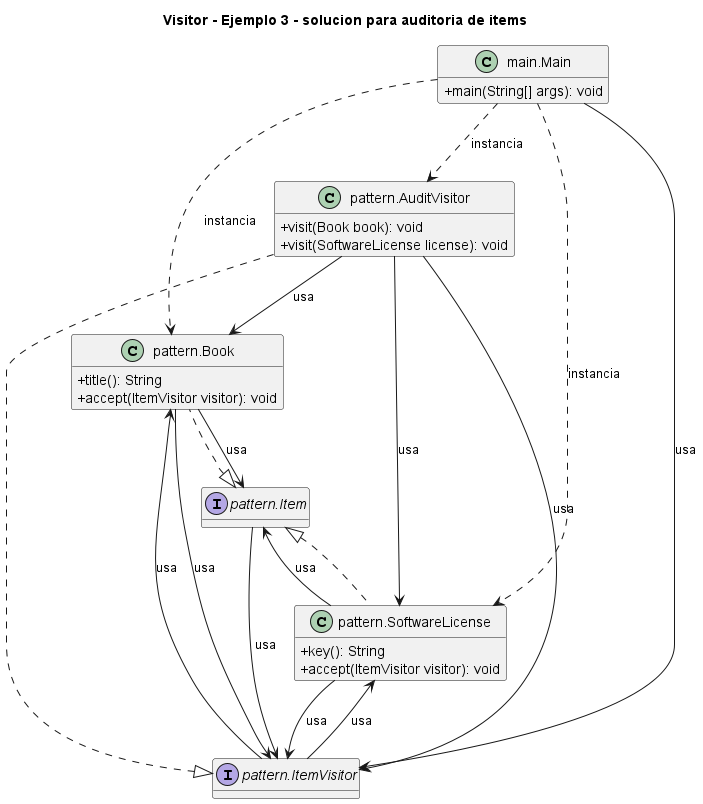
Earlier version of the PlantUML export 3. Comportamentales/Visitor/Ejemplo 3 - solucion para auditoria de items/UML.png (NicoCG32/Patrones-de-Software-y-Programacion-UCN). Source of this version:
```plantuml
@startuml
title Visitor - Ejemplo 3 - solucion para auditoria de items
skinparam classAttributeIconSize 0
hide empty fields
class "main.Main" as main_Main {
  +main(String[] args): void
}
class "pattern.AuditVisitor" as pattern_AuditVisitor {
  +visit(Book book): void
  +visit(SoftwareLicense license): void
}
class "pattern.Book" as pattern_Book {
  +title(): String
  +accept(ItemVisitor visitor): void
}
interface "pattern.Item" as pattern_Item {
}
interface "pattern.ItemVisitor" as pattern_ItemVisitor {
}
class "pattern.SoftwareLicense" as pattern_SoftwareLicense {
  +key(): String
  +accept(ItemVisitor visitor): void
}
pattern_ItemVisitor <|.. pattern_AuditVisitor
pattern_Item <|.. pattern_Book
pattern_Item <|.. pattern_SoftwareLicense
main_Main ..> pattern_AuditVisitor : instancia
main_Main ..> pattern_Book : instancia
main_Main --> pattern_ItemVisitor : usa
main_Main ..> pattern_SoftwareLicense : instancia
pattern_AuditVisitor --> pattern_Book : usa
pattern_AuditVisitor --> pattern_ItemVisitor : usa
pattern_AuditVisitor --> pattern_SoftwareLicense : usa
pattern_Book --> pattern_Item : usa
pattern_Book --> pattern_ItemVisitor : usa
pattern_Item --> pattern_ItemVisitor : usa
pattern_ItemVisitor --> pattern_Book : usa
pattern_ItemVisitor --> pattern_SoftwareLicense : usa
pattern_SoftwareLicense --> pattern_Item : usa
pattern_SoftwareLicense --> pattern_ItemVisitor : usa
@enduml
```
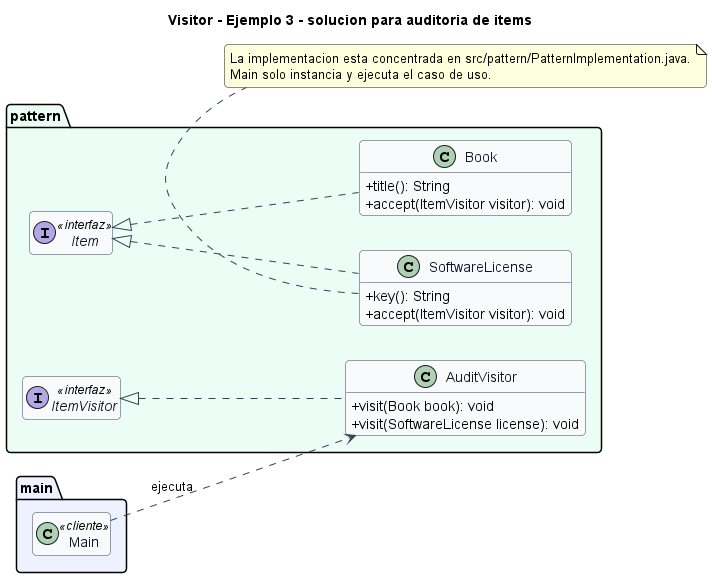
Later version of the same file.

Change to the diagram source:
```diff
@@ -1,41 +1,48 @@
 @startuml
 title Visitor - Ejemplo 3 - solucion para auditoria de items
+left to right direction
+skinparam backgroundColor #FFFFFF
+skinparam shadowing false
+skinparam roundcorner 8
 skinparam classAttributeIconSize 0
-hide empty fields
-class "main.Main" as main_Main {
-  +main(String[] args): void
+skinparam class {
+  BackgroundColor #F8FAFC
+  BorderColor #334155
+  ArrowColor #334155
+  FontColor #0F172A
 }
-class "pattern.AuditVisitor" as pattern_AuditVisitor {
-  +visit(Book book): void
-  +visit(SoftwareLicense license): void
+hide empty members
+
+package "main" #EEF2FF {
+  class Main <<cliente>>
 }
-class "pattern.Book" as pattern_Book {
-  +title(): String
-  +accept(ItemVisitor visitor): void
+
+package "pattern" #ECFDF5 {
+  class AuditVisitor {
+    +visit(Book book): void
+    +visit(SoftwareLicense license): void
+  }
+  class Book {
+    +title(): String
+    +accept(ItemVisitor visitor): void
+  }
+  interface Item <<interfaz>> {
+  }
+  interface ItemVisitor <<interfaz>> {
+  }
+  class SoftwareLicense {
+    +key(): String
+    +accept(ItemVisitor visitor): void
+  }
 }
-interface "pattern.Item" as pattern_Item {
-}
-interface "pattern.ItemVisitor" as pattern_ItemVisitor {
-}
-class "pattern.SoftwareLicense" as pattern_SoftwareLicense {
-  +key(): String
-  +accept(ItemVisitor visitor): void
-}
-pattern_ItemVisitor <|.. pattern_AuditVisitor
-pattern_Item <|.. pattern_Book
-pattern_Item <|.. pattern_SoftwareLicense
-main_Main ..> pattern_AuditVisitor : instancia
-main_Main ..> pattern_Book : instancia
-main_Main --> pattern_ItemVisitor : usa
-main_Main ..> pattern_SoftwareLicense : instancia
-pattern_AuditVisitor --> pattern_Book : usa
-pattern_AuditVisitor --> pattern_ItemVisitor : usa
-pattern_AuditVisitor --> pattern_SoftwareLicense : usa
-pattern_Book --> pattern_Item : usa
-pattern_Book --> pattern_ItemVisitor : usa
-pattern_Item --> pattern_ItemVisitor : usa
-pattern_ItemVisitor --> pattern_Book : usa
-pattern_ItemVisitor --> pattern_SoftwareLicense : usa
-pattern_SoftwareLicense --> pattern_Item : usa
-pattern_SoftwareLicense --> pattern_ItemVisitor : usa
+
+ItemVisitor <|.. AuditVisitor
+Item <|.. Book
+Item <|.. SoftwareLicense
+Main ..> AuditVisitor : ejecuta
+
+note bottom
+La implementacion esta concentrada en src/pattern/PatternImplementation.java.
+Main solo instancia y ejecuta el caso de uso.
+end note
 @enduml
```
